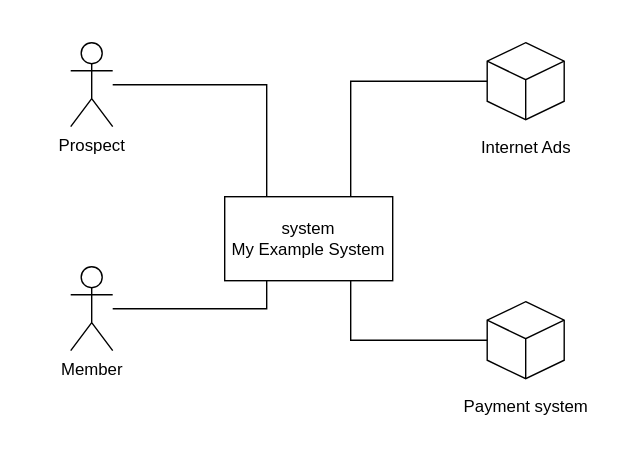
smartkanak/markdown-doc keeps this draw.io diagram as documentation/diagrams/Systemcontext-diagram.svg. Above is the earlier version. Source tidied: cells renumbered, new cells last; positions are measured from the earlier drawing's top-left corner, leaving out a move shared by most shapes.
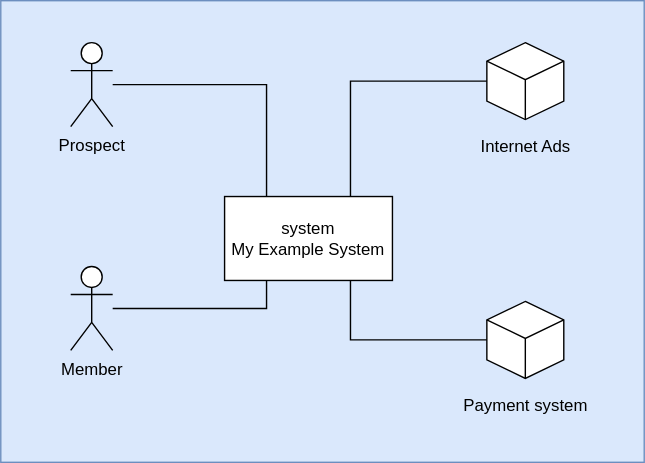
Later version of the same file.

Commit message:
change diagram bg to blue

The edit, as a diff of the source:
```diff
@@ -2,7 +2,7 @@
   <root>
     <mxCell id="0" />
     <mxCell id="1" parent="0" />
-    <mxCell id="2" style="rounded=0;whiteSpace=wrap;html=1;strokeColor=none;fillColor=#ffffff;fillStyle=solid;" parent="1" vertex="1">
+    <mxCell id="2" style="rounded=0;whiteSpace=wrap;html=1;strokeColor=#6c8ebf;fillColor=#dae8fc;fillStyle=solid;" parent="1" vertex="1">
       <mxGeometry width="460" height="330" as="geometry" />
     </mxCell>
     <mxCell id="3" value="system&lt;br&gt;My Example System" style="rounded=0;whiteSpace=wrap;html=1;" parent="1" vertex="1">
```
